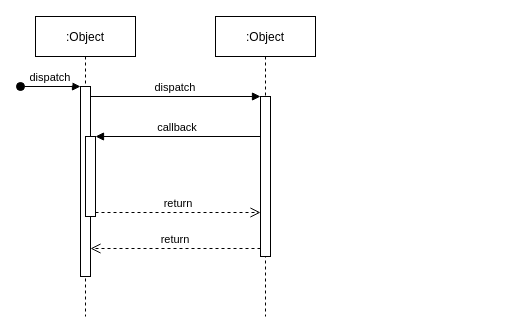
Earlier version of the draw.io diagram x.drawio (jiafengjason/draw.io). Source tidied: cells renumbered, new cells numbered last; positions are measured from the earlier drawing's top-left corner, leaving out a move shared by most shapes. Both pictures are drawn from the tidied source at 100%, with x=0, y=0 at pixel (20, 16).
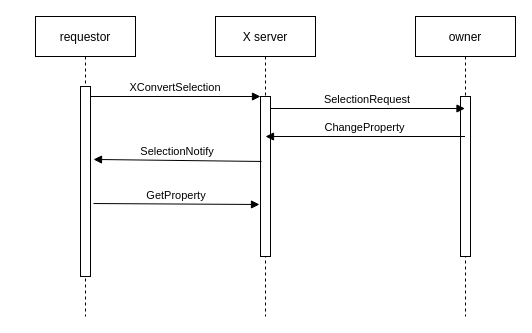
Above is the later version.

What changed in the source:
```diff
@@
 <mxGraphModel>
   <root>
     <mxCell id="0" />
     <mxCell id="1" parent="0" />
-    <mxCell id="2" value=":Object" style="shape=umlLifeline;perimeter=lifelinePerimeter;rounded=0;shadow=0;strokeWidth=1;" parent="1" vertex="1">
+    <mxCell id="2" value="requestor" style="shape=umlLifeline;perimeter=lifelinePerimeter;rounded=0;shadow=0;strokeWidth=1;" parent="1" vertex="1">
       <mxGeometry x="15" width="100" height="300" as="geometry" />
     </mxCell>
     <mxCell id="3" style="points=[];perimeter=orthogonalPerimeter;rounded=0;shadow=0;strokeWidth=1;" parent="2" vertex="1">
       <mxGeometry x="45" y="70" width="10" height="190" as="geometry" />
     </mxCell>
-    <mxCell id="4" value="dispatch" style="verticalAlign=bottom;startArrow=oval;endArrow=block;startSize=8;shadow=0;strokeWidth=1;" parent="2" edge="1" target="3">
-      <mxGeometry relative="1" as="geometry">
-        <mxPoint x="-15" y="70" as="sourcePoint" />
-      </mxGeometry>
-    </mxCell>
-    <mxCell id="5" style="points=[];perimeter=orthogonalPerimeter;rounded=0;shadow=0;strokeWidth=1;" parent="2" vertex="1">
-      <mxGeometry x="50" y="120" width="10" height="80" as="geometry" />
-    </mxCell>
-    <mxCell id="6" value=":Object" style="shape=umlLifeline;perimeter=lifelinePerimeter;rounded=0;shadow=0;strokeWidth=1;" parent="1" vertex="1">
+    <mxCell id="6" value="X server" style="shape=umlLifeline;perimeter=lifelinePerimeter;rounded=0;shadow=0;strokeWidth=1;" parent="1" vertex="1">
       <mxGeometry x="195" width="100" height="300" as="geometry" />
     </mxCell>
     <mxCell id="7" style="points=[];perimeter=orthogonalPerimeter;rounded=0;shadow=0;strokeWidth=1;" parent="6" vertex="1">
       <mxGeometry x="45" y="80" width="10" height="160" as="geometry" />
     </mxCell>
+    <mxCell id="9" value="XConvertSelection" style="verticalAlign=bottom;endArrow=block;entryX=0;entryY=0;shadow=0;strokeWidth=1;" parent="1" edge="1" source="3" target="7">
+      <mxGeometry relative="1" as="geometry" />
+    </mxCell>
+    <mxCell id="12" value="owner" style="shape=umlLifeline;perimeter=lifelinePerimeter;rounded=0;shadow=0;strokeWidth=1;" parent="1" vertex="1">
+      <mxGeometry x="395" width="100" height="300" as="geometry" />
+    </mxCell>
+    <mxCell id="13" style="perimeter=orthogonalPerimeter;rounded=0;shadow=0;strokeWidth=1;" parent="12" vertex="1">
+      <mxGeometry x="45" y="80" width="10" height="160" as="geometry" />
+    </mxCell>
+    <mxCell id="14" value="SelectionRequest" style="verticalAlign=bottom;endArrow=block;shadow=0;strokeWidth=1;exitX=1;exitY=0.075;exitDx=0;exitDy=0;exitPerimeter=0;" parent="1" edge="1" source="7" target="12">
+      <mxGeometry relative="1" as="geometry" />
+    </mxCell>
-    <mxCell id="8" value="return" style="verticalAlign=bottom;endArrow=open;dashed=1;endSize=8;exitX=0;exitY=0.95;shadow=0;strokeWidth=1;" parent="1" edge="1" source="7" target="3">
+    <mxCell id="8" value="SelectionNotify" style="verticalAlign=bottom;endArrow=block;shadow=0;strokeWidth=1;exitX=0.1;exitY=0.406;exitDx=0;exitDy=0;exitPerimeter=0;entryX=1.3;entryY=0.384;entryDx=0;entryDy=0;entryPerimeter=0;" parent="1" edge="1" source="7" target="3">
       <mxGeometry relative="1" as="geometry" />
     </mxCell>
-    <mxCell id="9" value="dispatch" style="verticalAlign=bottom;endArrow=block;entryX=0;entryY=0;shadow=0;strokeWidth=1;" parent="1" edge="1" source="3" target="7">
-      <mxGeometry relative="1" as="geometry" />
-    </mxCell>
+    <mxCell id="15" value="ChangeProperty" style="verticalAlign=bottom;endArrow=block;shadow=0;strokeWidth=1;" parent="1" edge="1" source="12">
+      <mxGeometry relative="1" as="geometry">
+        <mxPoint x="245" y="120" as="targetPoint" />
+      </mxGeometry>
+    </mxCell>
-    <mxCell id="10" value="callback" style="verticalAlign=bottom;endArrow=block;entryX=1;entryY=0;shadow=0;strokeWidth=1;" parent="1" edge="1" source="7" target="5">
+    <mxCell id="10" value="GetProperty" style="verticalAlign=bottom;endArrow=block;shadow=0;strokeWidth=1;exitX=1.3;exitY=0.616;exitDx=0;exitDy=0;exitPerimeter=0;entryX=-0.1;entryY=0.675;entryDx=0;entryDy=0;entryPerimeter=0;" parent="1" edge="1" source="3" target="7">
       <mxGeometry relative="1" as="geometry" />
     </mxCell>
-    <mxCell id="11" value="return" style="verticalAlign=bottom;endArrow=open;dashed=1;endSize=8;exitX=1;exitY=0.95;shadow=0;strokeWidth=1;" parent="1" edge="1" source="5" target="7">
-      <mxGeometry relative="1" as="geometry" />
-    </mxCell>
   </root>
 </mxGraphModel>
```
